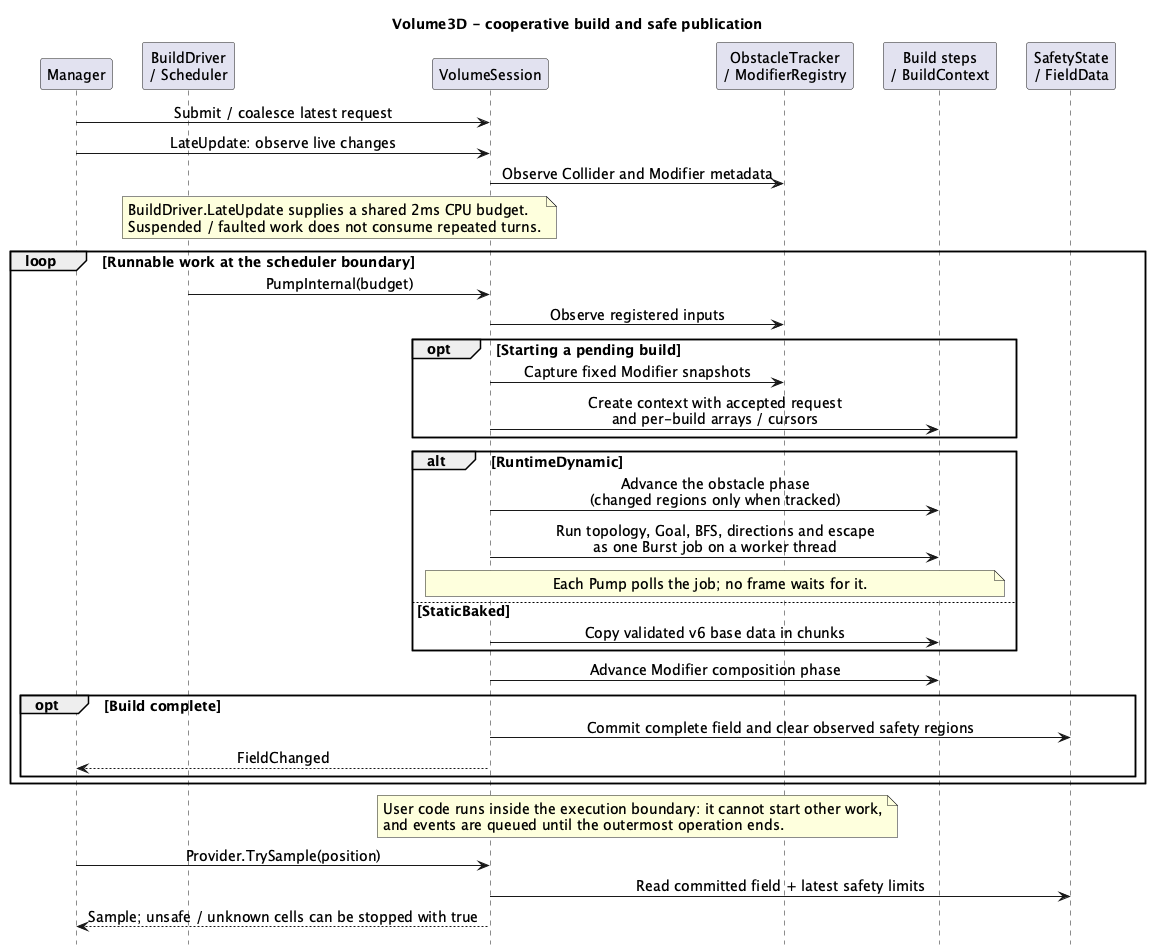
The PlantUML diagram ToyProject/Assets/_FlowField/Docs/Images/flowfield-volume.png in youwonsock/tool-unity-editor, before a commit.
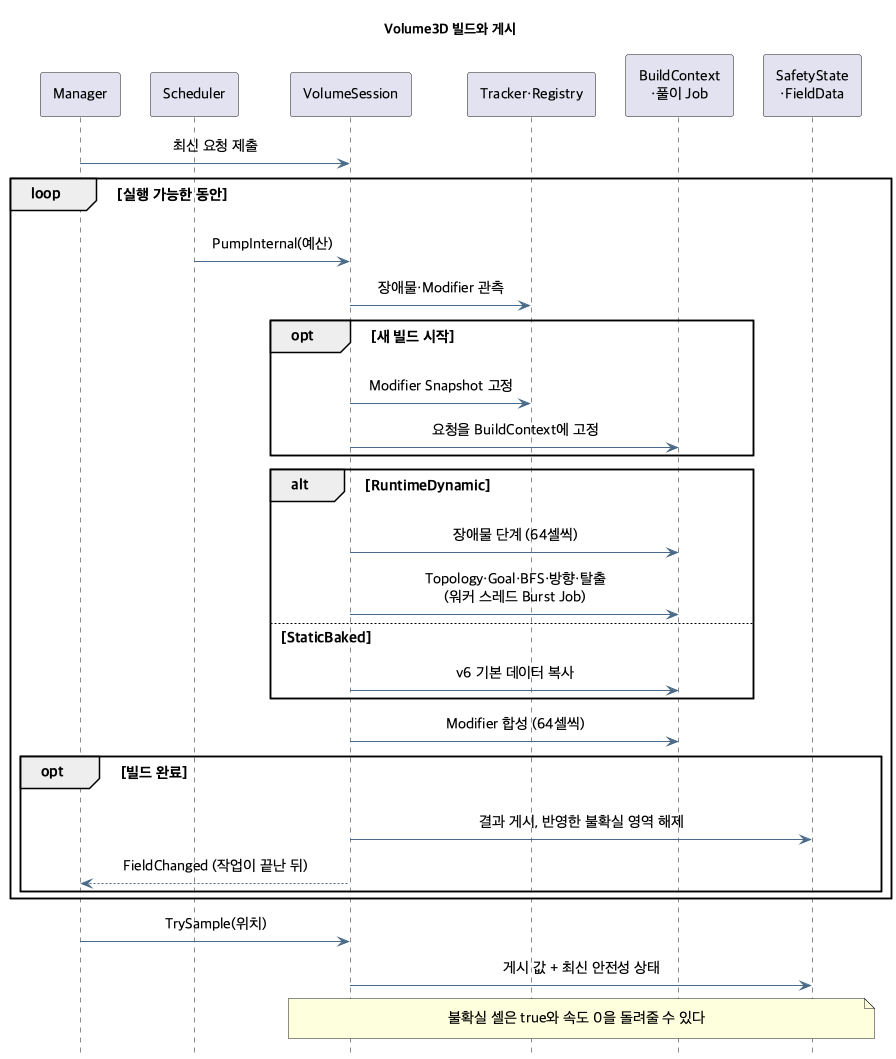
Above is the later version.

Change to the diagram source:
```diff
@@ -1,46 +1,42 @@
 @startuml flowfield-volume
 skinparam shadowing false
-skinparam defaultFontName SansSerif
-skinparam defaultFontSize 14
+skinparam defaultFontName "Apple SD Gothic Neo"
+skinparam defaultFontSize 15
+skinparam ArrowColor #496A88
+skinparam Padding 6
 skinparam sequenceMessageAlign center
 skinparam ParticipantPadding 10
-skinparam BoxPadding 6
 hide footbox
-title Volume3D - cooperative build and safe publication
+title Volume3D 빌드와 게시
 
 participant "Manager" as M
-participant "BuildDriver\n/ Scheduler" as Q
+participant "Scheduler" as Q
 participant "VolumeSession" as S
-participant "ObstacleTracker\n/ ModifierRegistry" as O
-participant "Build steps\n/ BuildContext" as B
-participant "SafetyState\n/ FieldData" as P
+participant "Tracker·Registry" as O
+participant "BuildContext\n·풀이 Job" as B
+participant "SafetyState\n·FieldData" as P
 
-M -> S : Submit / coalesce latest request
-M -> S : LateUpdate: observe live changes
-S -> O : Observe Collider and Modifier metadata
-note over Q,S : BuildDriver.LateUpdate supplies a shared 2ms CPU budget.\nSuspended / faulted work does not consume repeated turns.
-loop Runnable work at the scheduler boundary
-  Q -> S : PumpInternal(budget)
-  S -> O : Observe registered inputs
-  opt Starting a pending build
-    S -> O : Capture fixed Modifier snapshots
-    S -> B : Create context with accepted request\nand per-build arrays / cursors
+M -> S : 최신 요청 제출
+loop 실행 가능한 동안
+  Q -> S : PumpInternal(예산)
+  S -> O : 장애물·Modifier 관측
+  opt 새 빌드 시작
+    S -> O : Modifier Snapshot 고정
+    S -> B : 요청을 BuildContext에 고정
   end
   alt RuntimeDynamic
-    S -> B : Advance the obstacle phase\n(changed regions only when tracked)
-    S -> B : Run topology, Goal, BFS, directions and escape\nas one Burst job on a worker thread
-    note over S,B : Each Pump polls the job; no frame waits for it.
+    S -> B : 장애물 단계 (64셀씩)
+    S -> B : Topology·Goal·BFS·방향·탈출\n(워커 스레드 Burst Job)
   else StaticBaked
-    S -> B : Copy validated v6 base data in chunks
+    S -> B : v6 기본 데이터 복사
   end
-  S -> B : Advance Modifier composition phase
-  opt Build complete
-    S -> P : Commit complete field and clear observed safety regions
-    S --> M : FieldChanged
+  S -> B : Modifier 합성 (64셀씩)
+  opt 빌드 완료
+    S -> P : 결과 게시, 반영한 불확실 영역 해제
+    S --> M : FieldChanged (작업이 끝난 뒤)
   end
 end
-note over S,O : User code runs inside the execution boundary: it cannot start other work,\nand events are queued until the outermost operation ends.
-M -> S : Provider.TrySample(position)
-S -> P : Read committed field + latest safety limits
-S --> M : Sample; unsafe / unknown cells can be stopped with true
+M -> S : TrySample(위치)
+S -> P : 게시 값 + 최신 안전성 상태
+note over S,P : 불확실 셀은 true와 속도 0을 돌려줄 수 있다
 @enduml
```
